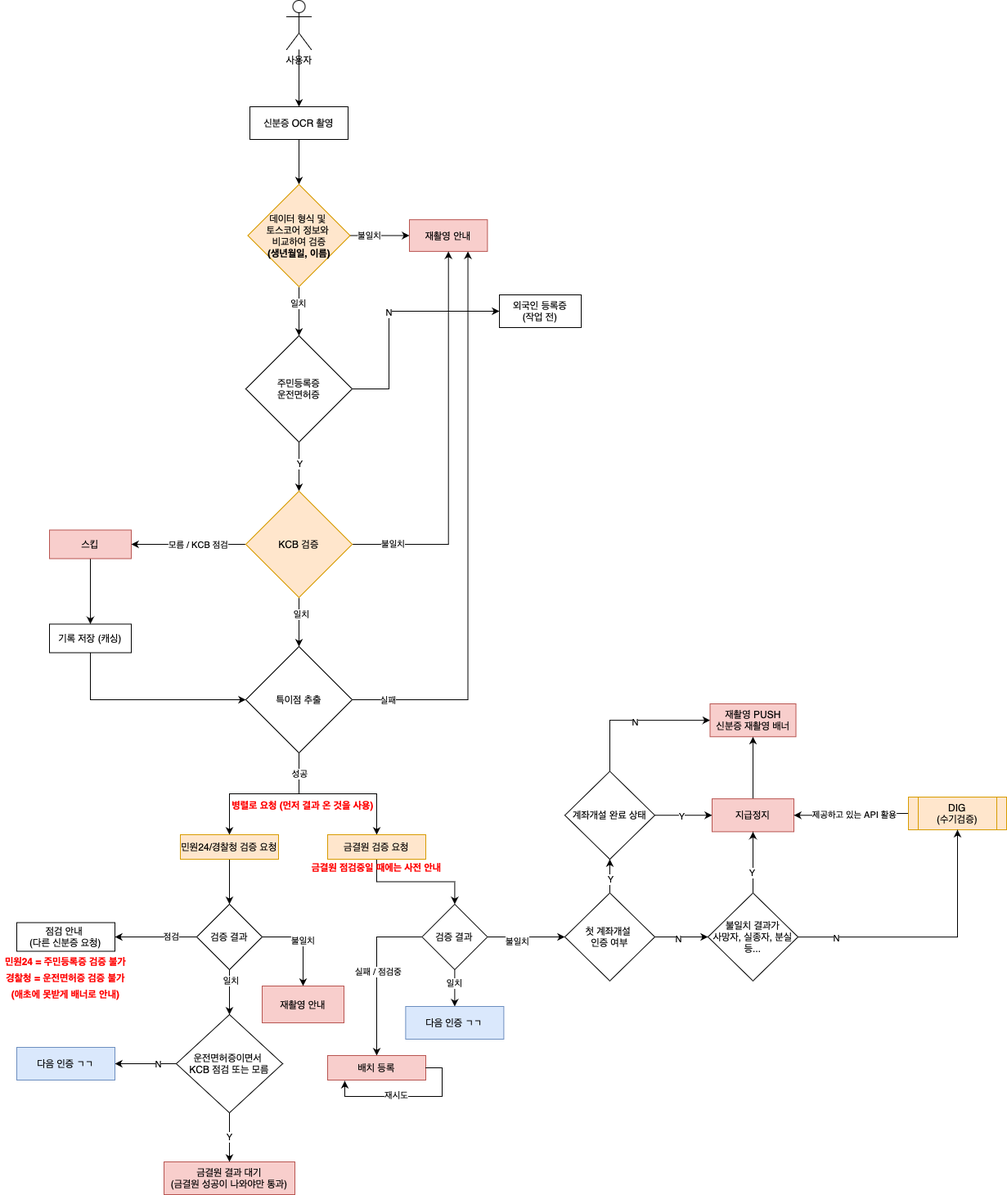
Above: Untitled Diagram.png in krrrr-b/today-i-learn (draw.io), before the change. Source tidied: cells renumbered, new cells last; positions are measured from the earlier drawing's top-left corner, leaving out a move shared by most shapes.
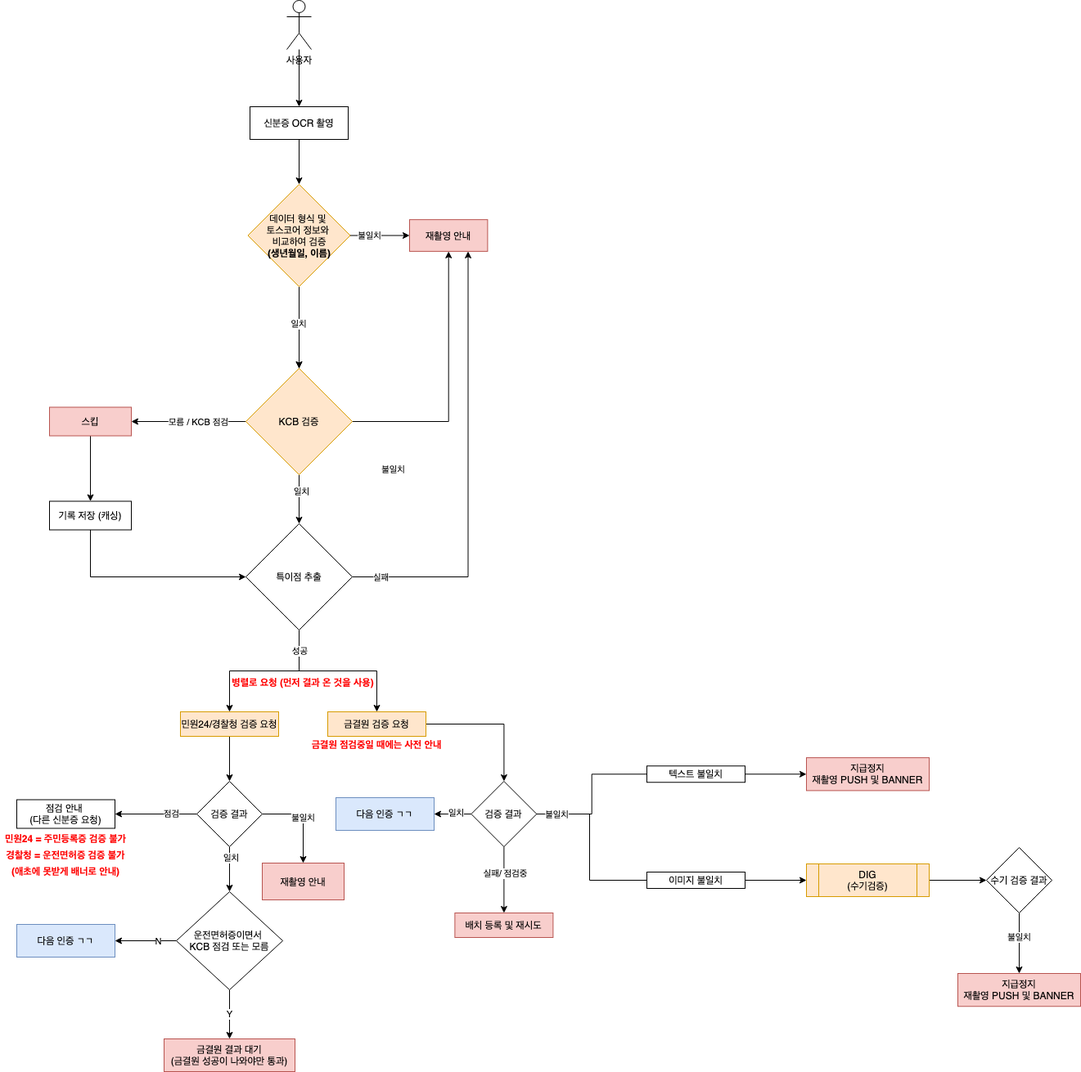
Above is the later version.

The edit, as a diff of the source:
```diff
@@ -6,16 +6,18 @@
       <mxGeometry relative="1" as="geometry" />
     </mxCell>
     <mxCell id="3" value="사용자" style="shape=umlActor;verticalLabelPosition=bottom;verticalAlign=top;html=1;outlineConnect=0;" parent="1" vertex="1">
-      <mxGeometry x="350" width="30" height="60" as="geometry" />
+      <mxGeometry x="350" y="150" width="30" height="60" as="geometry" />
     </mxCell>
     <mxCell id="4" style="edgeStyle=orthogonalEdgeStyle;rounded=0;jettySize=auto;html=1;" parent="1" edge="1" source="5" target="10">
       <mxGeometry relative="1" as="geometry" />
     </mxCell>
     <mxCell id="5" value="신분증 OCR 촬영" style="whiteSpace=wrap;html=1;verticalAlign=middle;" parent="1" vertex="1">
-      <mxGeometry x="305" y="130" width="120" height="40" as="geometry" />
+      <mxGeometry x="305" y="280" width="120" height="40" as="geometry" />
     </mxCell>
-    <mxCell id="6" style="edgeStyle=orthogonalEdgeStyle;rounded=0;jettySize=auto;html=1;" parent="1" edge="1" source="10" target="14">
-      <mxGeometry relative="1" as="geometry" />
+    <mxCell id="6" style="edgeStyle=orthogonalEdgeStyle;rounded=0;jettySize=auto;html=1;entryX=0.5;entryY=0;entryDx=0;entryDy=0;" parent="1" edge="1" source="10">
+      <mxGeometry relative="1" as="geometry">
+        <mxPoint x="365" y="600" as="targetPoint" />
+      </mxGeometry>
     </mxCell>
     <mxCell id="7" value="일치&amp;nbsp;" style="edgeLabel;html=1;align=center;verticalAlign=middle;" parent="6" vertex="1">
       <mxGeometry x="0.24" relative="1" as="geometry">
@@ -31,31 +33,18 @@
       </mxGeometry>
     </mxCell>
     <mxCell id="10" value="데이터 형식 및&amp;nbsp;&lt;br&gt;토스코어 정보와 &lt;br&gt;비교하여 검증&lt;br&gt;&lt;b&gt;(생년월일, 이름)&lt;/b&gt;" style="rhombus;whiteSpace=wrap;html=1;verticalAlign=middle;fillColor=#ffe6cc;strokeColor=#d79b00;" parent="1" vertex="1">
-      <mxGeometry x="302.5" y="225" width="125" height="125" as="geometry" />
+      <mxGeometry x="302.5" y="375" width="125" height="125" as="geometry" />
     </mxCell>
-    <mxCell id="11" value="N" style="edgeStyle=orthogonalEdgeStyle;rounded=0;jettySize=auto;html=1;" parent="1" edge="1" source="14" target="15">
-      <mxGeometry relative="1" as="geometry">
-        <Array as="points">
-          <mxPoint x="475" y="475" />
-          <mxPoint x="475" y="420" />
-          <mxPoint x="475" y="420" />
-        </Array>
-      </mxGeometry>
-    </mxCell>
-    <mxCell id="12" style="edgeStyle=orthogonalEdgeStyle;rounded=0;jettySize=auto;html=1;" parent="1" edge="1" source="14" target="23">
-      <mxGeometry relative="1" as="geometry" />
+    <mxCell id="12" style="edgeStyle=orthogonalEdgeStyle;rounded=0;jettySize=auto;html=1;exitX=0.5;exitY=1;exitDx=0;exitDy=0;" parent="1" edge="1" target="23">
+      <mxGeometry relative="1" as="geometry">
+        <mxPoint x="365" y="660" as="sourcePoint" />
+      </mxGeometry>
     </mxCell>
     <mxCell id="13" value="Y" style="edgeLabel;html=1;align=center;verticalAlign=middle;" parent="12" vertex="1">
       <mxGeometry x="-0.15" relative="1" as="geometry" />
     </mxCell>
-    <mxCell id="14" value="주민등록증&lt;br&gt;운전면허증" style="rhombus;whiteSpace=wrap;html=1;" parent="1" vertex="1">
-      <mxGeometry x="300" y="410" width="130" height="130" as="geometry" />
-    </mxCell>
-    <mxCell id="15" value="외국인 등록증&lt;br&gt;(작업 전)" style="whiteSpace=wrap;html=1;" parent="1" vertex="1">
-      <mxGeometry x="610" y="360" width="100" height="40" as="geometry" />
-    </mxCell>
     <mxCell id="16" value="재촬영 안내" style="whiteSpace=wrap;html=1;fillColor=#f8cecc;strokeColor=#b85450;" parent="1" vertex="1">
-      <mxGeometry x="500" y="268.1" width="95.4" height="38.8" as="geometry" />
+      <mxGeometry x="500" y="418.1" width="95.4" height="38.8" as="geometry" />
     </mxCell>
     <mxCell id="17" style="edgeStyle=orthogonalEdgeStyle;rounded=0;jettySize=auto;html=1;" parent="1" edge="1" source="23" target="25">
       <mxGeometry relative="1" as="geometry" />
@@ -151,28 +140,25 @@
     <mxCell id="44" value="검증 결과" style="rhombus;whiteSpace=wrap;html=1;" parent="1" vertex="1">
       <mxGeometry x="240" y="1105" width="80" height="80" as="geometry" />
     </mxCell>
-    <mxCell id="45" style="edgeStyle=orthogonalEdgeStyle;rounded=0;jettySize=auto;html=1;fontColor=#FF0000;exitX=0;exitY=0.5;exitDx=0;exitDy=0;" parent="1" edge="1" source="51" target="62">
+    <mxCell id="45" style="edgeStyle=orthogonalEdgeStyle;rounded=0;jettySize=auto;html=1;fontColor=#FF0000;exitX=0;exitY=0.5;exitDx=0;exitDy=0;entryX=1;entryY=0.5;entryDx=0;entryDy=0;" parent="1" edge="1" source="51" target="65">
       <mxGeometry relative="1" as="geometry" />
     </mxCell>
-    <mxCell id="46" value="실패 / 점검중" style="edgeLabel;html=1;align=center;verticalAlign=middle;" parent="45" vertex="1">
-      <mxGeometry x="-0.02" y="1" relative="1" as="geometry" />
-    </mxCell>
-    <mxCell id="47" style="edgeStyle=orthogonalEdgeStyle;rounded=0;jettySize=auto;html=1;fontColor=#000000;" parent="1" edge="1" source="51" target="65">
-      <mxGeometry relative="1" as="geometry" />
-    </mxCell>
-    <mxCell id="48" value="일치" style="edgeLabel;html=1;align=center;verticalAlign=middle;fontColor=#000000;" parent="47" vertex="1">
-      <mxGeometry x="-0.29" y="-1" relative="1" as="geometry" />
+    <mxCell id="48" value="일치" style="edgeLabel;html=1;align=center;verticalAlign=middle;" parent="45" vertex="1">
+      <mxGeometry x="-0.15" y="-2" relative="1" as="geometry" />
     </mxCell>
-    <mxCell id="49" style="edgeStyle=orthogonalEdgeStyle;rounded=0;jettySize=auto;html=1;fontColor=#000000;" parent="1" edge="1" source="51">
+    <mxCell id="49" style="edgeStyle=orthogonalEdgeStyle;rounded=0;jettySize=auto;html=1;fontColor=#000000;startArrow=none;entryX=0;entryY=0.5;entryDx=0;entryDy=0;" parent="1" edge="1" source="91">
       <mxGeometry relative="1" as="geometry">
-        <mxPoint x="690" y="1145" as="targetPoint" />
+        <mxPoint x="985" y="1096.3" as="targetPoint" />
       </mxGeometry>
     </mxCell>
-    <mxCell id="50" value="불일치" style="edgeLabel;html=1;align=center;verticalAlign=middle;fontColor=#000000;" parent="49" vertex="1">
-      <mxGeometry x="-0.25" y="-5" relative="1" as="geometry" />
-    </mxCell>
+    <mxCell id="89" style="edgeStyle=orthogonalEdgeStyle;rounded=0;jettySize=auto;html=1;entryX=0.5;entryY=0;entryDx=0;entryDy=0;" parent="1" edge="1" source="51" target="97">
+      <mxGeometry relative="1" as="geometry" />
+    </mxCell>
+    <mxCell id="90" value="실패/ 점검중" style="edgeLabel;html=1;align=center;verticalAlign=middle;" parent="89" vertex="1">
+      <mxGeometry x="-0.21" y="1" relative="1" as="geometry" />
+    </mxCell>
     <mxCell id="51" value="&lt;span&gt;검증 결과&lt;/span&gt;" style="rhombus;whiteSpace=wrap;html=1;" parent="1" vertex="1">
-      <mxGeometry x="515.4" y="1105" width="80" height="80" as="geometry" />
+      <mxGeometry x="575.4" y="1105" width="80" height="80" as="geometry" />
     </mxCell>
     <mxCell id="52" value="점검 안내 &lt;br&gt;(다른 신분증 요청)" style="whiteSpace=wrap;html=1;" parent="1" vertex="1">
       <mxGeometry x="20" y="1127.5" width="120" height="35" as="geometry" />
@@ -204,96 +190,64 @@
     <mxCell id="61" value="&lt;font color=&quot;#000000&quot;&gt;재촬영 안내&lt;/font&gt;" style="rounded=0;whiteSpace=wrap;html=1;fillColor=#f8cecc;strokeColor=#b85450;" parent="1" vertex="1">
       <mxGeometry x="320" y="1205" width="100" height="45" as="geometry" />
     </mxCell>
-    <mxCell id="62" value="&lt;font color=&quot;#000000&quot;&gt;배치 등록&lt;/font&gt;" style="rounded=0;whiteSpace=wrap;html=1;fillColor=#f8cecc;strokeColor=#b85450;" parent="1" vertex="1">
-      <mxGeometry x="400" y="1290" width="120" height="30" as="geometry" />
-    </mxCell>
-    <mxCell id="63" style="edgeStyle=orthogonalEdgeStyle;rounded=0;orthogonalLoop=1;jettySize=auto;html=1;entryX=0.175;entryY=1.033;entryDx=0;entryDy=0;entryPerimeter=0;fontColor=#000000;" parent="1" edge="1" source="62" target="62">
-      <mxGeometry relative="1" as="geometry">
-        <Array as="points">
-          <mxPoint x="540" y="1305" />
-          <mxPoint x="540" y="1340" />
-          <mxPoint x="421" y="1340" />
-        </Array>
-      </mxGeometry>
-    </mxCell>
-    <mxCell id="64" value="재시도" style="edgeLabel;html=1;align=center;verticalAlign=middle;fontColor=#000000;" parent="63" vertex="1">
-      <mxGeometry x="0.16" y="-2" relative="1" as="geometry" />
-    </mxCell>
     <mxCell id="65" value="다음 인증 ㄱㄱ" style="whiteSpace=wrap;html=1;fillColor=#dae8fc;strokeColor=#6c8ebf;" parent="1" vertex="1">
-      <mxGeometry x="495.4" y="1230" width="120" height="40" as="geometry" />
+      <mxGeometry x="410" y="1125" width="120" height="40" as="geometry" />
     </mxCell>
-    <mxCell id="66" style="edgeStyle=orthogonalEdgeStyle;rounded=0;jettySize=auto;html=1;fontColor=#000000;" parent="1" edge="1" source="70" target="75">
-      <mxGeometry relative="1" as="geometry" />
-    </mxCell>
-    <mxCell id="67" value="Y" style="edgeLabel;html=1;align=center;verticalAlign=middle;fontColor=#000000;" parent="66" vertex="1">
-      <mxGeometry x="-0.16" relative="1" as="geometry" />
-    </mxCell>
-    <mxCell id="68" style="edgeStyle=orthogonalEdgeStyle;rounded=0;jettySize=auto;html=1;fontColor=#000000;" parent="1" edge="1" source="70" target="85">
-      <mxGeometry relative="1" as="geometry" />
-    </mxCell>
-    <mxCell id="69" value="N" style="edgeLabel;html=1;align=center;verticalAlign=middle;fontColor=#000000;" parent="68" vertex="1">
-      <mxGeometry x="-0.12" y="-2" relative="1" as="geometry" />
-    </mxCell>
-    <mxCell id="70" value="첫 계좌개설 &lt;br&gt;인증 여부" style="rhombus;whiteSpace=wrap;html=1;" parent="1" vertex="1">
-      <mxGeometry x="690" y="1091.2" width="110" height="107.5" as="geometry" />
-    </mxCell>
-    <mxCell id="71" style="edgeStyle=orthogonalEdgeStyle;rounded=0;jettySize=auto;html=1;fontColor=#000000;" parent="1" edge="1" source="75" target="77">
-      <mxGeometry relative="1" as="geometry" />
-    </mxCell>
-    <mxCell id="72" value="Y" style="edgeLabel;html=1;align=center;verticalAlign=middle;fontColor=#000000;" parent="71" vertex="1">
-      <mxGeometry x="-0.09" y="-1" relative="1" as="geometry" />
-    </mxCell>
-    <mxCell id="73" style="edgeStyle=orthogonalEdgeStyle;rounded=0;jettySize=auto;html=1;entryX=0;entryY=0.5;entryDx=0;entryDy=0;fontColor=#000000;" parent="1" edge="1" source="75" target="86">
-      <mxGeometry relative="1" as="geometry">
-        <Array as="points">
-          <mxPoint x="745" y="880" />
-        </Array>
-      </mxGeometry>
-    </mxCell>
-    <mxCell id="74" value="N" style="edgeLabel;html=1;align=center;verticalAlign=middle;fontColor=#000000;" parent="73" vertex="1">
-      <mxGeometry x="0.01" y="-2" relative="1" as="geometry" />
-    </mxCell>
-    <mxCell id="75" value="계좌개설 완료 상태" style="rhombus;whiteSpace=wrap;html=1;" parent="1" vertex="1">
-      <mxGeometry x="690" y="942.5" width="110" height="107.5" as="geometry" />
-    </mxCell>
-    <mxCell id="76" style="edgeStyle=orthogonalEdgeStyle;rounded=0;jettySize=auto;html=1;entryX=0.5;entryY=1;entryDx=0;entryDy=0;fontColor=#000000;" parent="1" edge="1" source="77" target="86">
-      <mxGeometry relative="1" as="geometry" />
-    </mxCell>
-    <mxCell id="77" value="지급정지" style="whiteSpace=wrap;html=1;fillColor=#f8cecc;strokeColor=#b85450;" parent="1" vertex="1">
-      <mxGeometry x="870" y="976.1" width="100" height="40.2" as="geometry" />
-    </mxCell>
-    <mxCell id="78" style="edgeStyle=orthogonalEdgeStyle;rounded=0;jettySize=auto;html=1;entryX=1;entryY=0.5;entryDx=0;entryDy=0;fontColor=#000000;" parent="1" edge="1" source="80" target="77">
-      <mxGeometry relative="1" as="geometry" />
-    </mxCell>
-    <mxCell id="79" value="제공하고 있는 API 활용" style="edgeLabel;html=1;align=center;verticalAlign=middle;fontColor=#000000;" parent="78" vertex="1">
-      <mxGeometry x="-0.05" y="1" relative="1" as="geometry" />
-    </mxCell>
-    <mxCell id="80" value="DIG&lt;br&gt;(수기검증)" style="shape=process;whiteSpace=wrap;html=1;backgroundOutline=1;fillColor=#ffe6cc;strokeColor=#d79b00;" parent="1" vertex="1">
-      <mxGeometry x="1110" y="974" width="120" height="40" as="geometry" />
-    </mxCell>
-    <mxCell id="81" style="edgeStyle=orthogonalEdgeStyle;rounded=0;jettySize=auto;html=1;entryX=0.5;entryY=1;entryDx=0;entryDy=0;fontColor=#000000;" parent="1" edge="1" source="85" target="77">
-      <mxGeometry relative="1" as="geometry" />
-    </mxCell>
-    <mxCell id="82" value="Y" style="edgeLabel;html=1;align=center;verticalAlign=middle;fontColor=#000000;" parent="81" vertex="1">
-      <mxGeometry x="-0.33" y="2" relative="1" as="geometry" />
-    </mxCell>
-    <mxCell id="83" style="edgeStyle=orthogonalEdgeStyle;rounded=0;jettySize=auto;html=1;entryX=0.5;entryY=1;entryDx=0;entryDy=0;fontColor=#000000;" parent="1" edge="1" source="85" target="80">
-      <mxGeometry relative="1" as="geometry" />
-    </mxCell>
-    <mxCell id="84" value="N" style="edgeLabel;html=1;align=center;verticalAlign=middle;fontColor=#000000;" parent="83" vertex="1">
-      <mxGeometry x="-0.71" y="-1" relative="1" as="geometry" />
-    </mxCell>
-    <mxCell id="85" value="불일치 결과가&lt;br&gt;사망자, 실종자, 분실 등..." style="rhombus;whiteSpace=wrap;html=1;" parent="1" vertex="1">
-      <mxGeometry x="865" y="1091.2" width="110" height="107.5" as="geometry" />
-    </mxCell>
-    <mxCell id="86" value="재촬영 PUSH&lt;br&gt;신분증 재촬영 배너" style="whiteSpace=wrap;html=1;fillColor=#f8cecc;strokeColor=#b85450;" parent="1" vertex="1">
-      <mxGeometry x="867.5" y="860" width="105" height="40.2" as="geometry" />
-    </mxCell>
     <mxCell id="87" value="(애초에 못받게 배너로 안내)" style="text;html=1;strokeColor=none;fillColor=none;align=center;verticalAlign=middle;whiteSpace=wrap;rounded=0;fontColor=#FF0000;fontStyle=1;" parent="1" vertex="1">
       <mxGeometry y="1205" width="160" height="20" as="geometry" />
     </mxCell>
     <mxCell id="88" value="금결원 점검중일 때에는 사전 안내" style="text;html=1;strokeColor=none;fillColor=none;align=center;verticalAlign=middle;whiteSpace=wrap;rounded=0;fontColor=#FF0000;fontStyle=1;" parent="1" vertex="1">
       <mxGeometry x="372" y="1050" width="176" height="20" as="geometry" />
     </mxCell>
+    <mxCell id="91" value="텍스트 불일치" style="rounded=0;whiteSpace=wrap;html=1;" parent="1" vertex="1">
+      <mxGeometry x="790" y="1086.2" width="120" height="20" as="geometry" />
+    </mxCell>
+    <mxCell id="92" style="edgeStyle=orthogonalEdgeStyle;rounded=0;jettySize=auto;html=1;fontColor=#000000;entryX=0;entryY=0.5;entryDx=0;entryDy=0;endArrow=none;exitX=1;exitY=0.5;exitDx=0;exitDy=0;" parent="1" edge="1" source="51" target="91">
+      <mxGeometry relative="1" as="geometry" />
+    </mxCell>
+    <mxCell id="93" style="edgeStyle=orthogonalEdgeStyle;rounded=0;jettySize=auto;html=1;entryX=0;entryY=0.5;entryDx=0;entryDy=0;" parent="1" edge="1" source="94" target="80">
+      <mxGeometry relative="1" as="geometry" />
+    </mxCell>
+    <mxCell id="94" value="이미지 불일치" style="rounded=0;whiteSpace=wrap;html=1;" parent="1" vertex="1">
+      <mxGeometry x="790" y="1216" width="120" height="20" as="geometry" />
+    </mxCell>
+    <mxCell id="95" style="edgeStyle=orthogonalEdgeStyle;rounded=0;jettySize=auto;html=1;entryX=0;entryY=0.5;entryDx=0;entryDy=0;endArrow=none;" parent="1" edge="1" target="94">
+      <mxGeometry relative="1" as="geometry">
+        <mxPoint x="655" y="1145" as="sourcePoint" />
+        <Array as="points">
+          <mxPoint x="720" y="1145" />
+          <mxPoint x="720" y="1226" />
+        </Array>
+      </mxGeometry>
+    </mxCell>
+    <mxCell id="96" value="불일치" style="edgeLabel;html=1;align=center;verticalAlign=middle;" parent="95" vertex="1">
+      <mxGeometry x="-0.84" relative="1" as="geometry">
+        <mxPoint x="7" as="offset" />
+      </mxGeometry>
+    </mxCell>
+    <mxCell id="97" value="&lt;font color=&quot;#000000&quot;&gt;배치 등록 및 재시도&lt;/font&gt;" style="rounded=0;whiteSpace=wrap;html=1;fillColor=#f8cecc;strokeColor=#b85450;" parent="1" vertex="1">
+      <mxGeometry x="555.4" y="1266" width="120" height="30" as="geometry" />
+    </mxCell>
+    <mxCell id="98" style="edgeStyle=orthogonalEdgeStyle;rounded=0;jettySize=auto;html=1;entryX=0;entryY=0.5;entryDx=0;entryDy=0;" parent="1" edge="1" source="80" target="102">
+      <mxGeometry relative="1" as="geometry" />
+    </mxCell>
+    <mxCell id="80" value="DIG&lt;br&gt;(수기검증)" style="shape=process;whiteSpace=wrap;html=1;backgroundOutline=1;fillColor=#ffe6cc;strokeColor=#d79b00;" parent="1" vertex="1">
+      <mxGeometry x="985" y="1206" width="150" height="40" as="geometry" />
+    </mxCell>
+    <mxCell id="99" value="지급정지&lt;br&gt;재촬영 PUSH 및 BANNER" style="whiteSpace=wrap;html=1;fillColor=#f8cecc;strokeColor=#b85450;" parent="1" vertex="1">
+      <mxGeometry x="1170" y="1340" width="150" height="40.2" as="geometry" />
+    </mxCell>
+    <mxCell id="100" style="edgeStyle=orthogonalEdgeStyle;rounded=0;jettySize=auto;html=1;entryX=0.5;entryY=0;entryDx=0;entryDy=0;" parent="1" edge="1" source="102" target="99">
+      <mxGeometry relative="1" as="geometry" />
+    </mxCell>
+    <mxCell id="101" value="불일치" style="edgeLabel;html=1;align=center;verticalAlign=middle;" parent="100" vertex="1">
+      <mxGeometry x="-0.22" y="-1" relative="1" as="geometry" />
+    </mxCell>
+    <mxCell id="102" value="&lt;span&gt;수기 검증 결과&lt;/span&gt;" style="rhombus;whiteSpace=wrap;html=1;" parent="1" vertex="1">
+      <mxGeometry x="1205" y="1186" width="80" height="80" as="geometry" />
+    </mxCell>
+    <mxCell id="103" value="지급정지&lt;br&gt;재촬영 PUSH 및 BANNER" style="whiteSpace=wrap;html=1;fillColor=#f8cecc;strokeColor=#b85450;" parent="1" vertex="1">
+      <mxGeometry x="985" y="1076.1" width="150" height="40.2" as="geometry" />
+    </mxCell>
   </root>
 </mxGraphModel>
```
